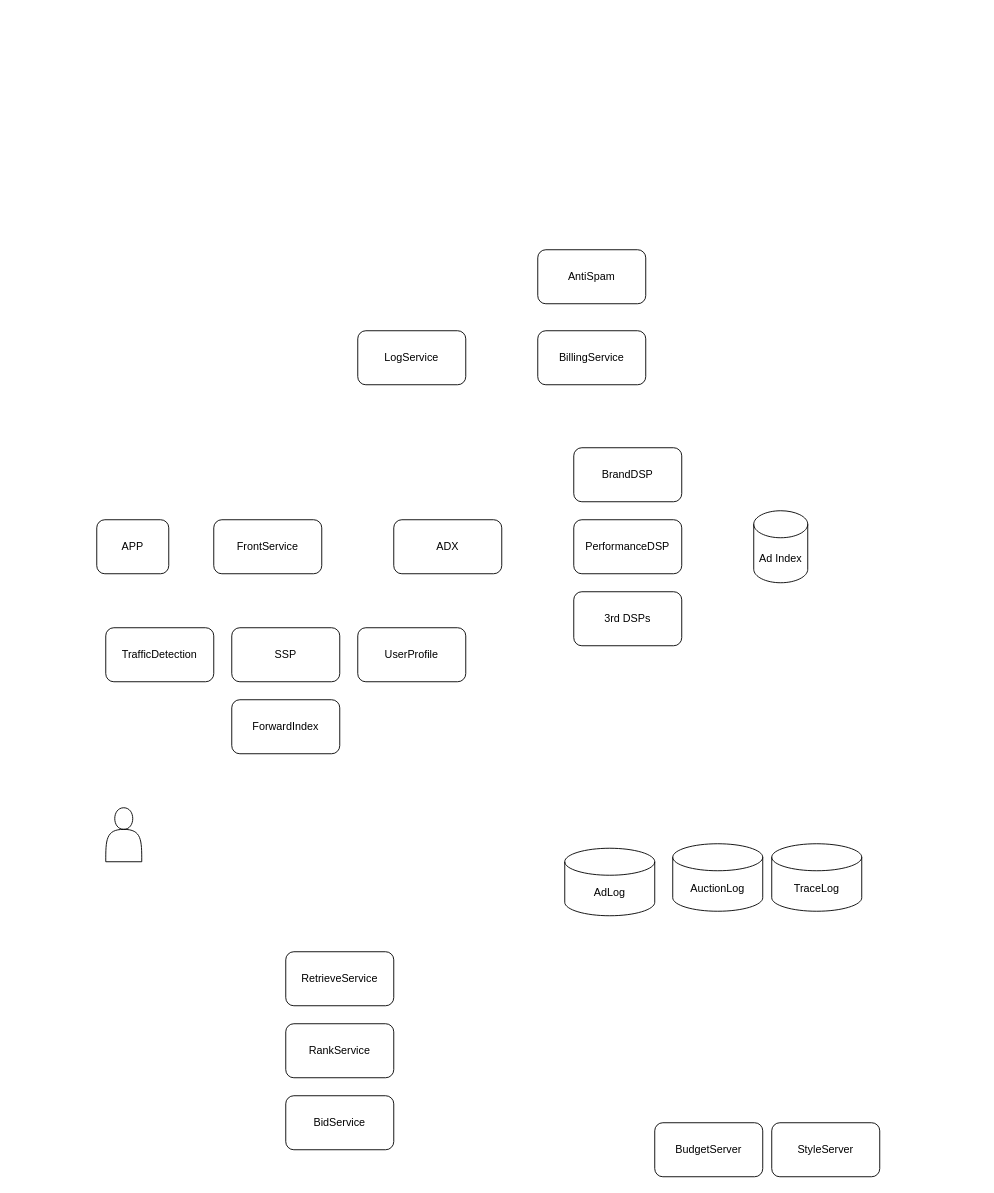
This is ad_system_lite.drawio from ZiqingYip/moment, a draw.io file, before an edit. Source tidied: cells renumbered, new cells numbered last; positions are measured from the earlier drawing's top-left corner, leaving out a move shared by most shapes. Both pictures are drawn from the tidied source at 90%, with x=0, y=0 at pixel (96, 249).
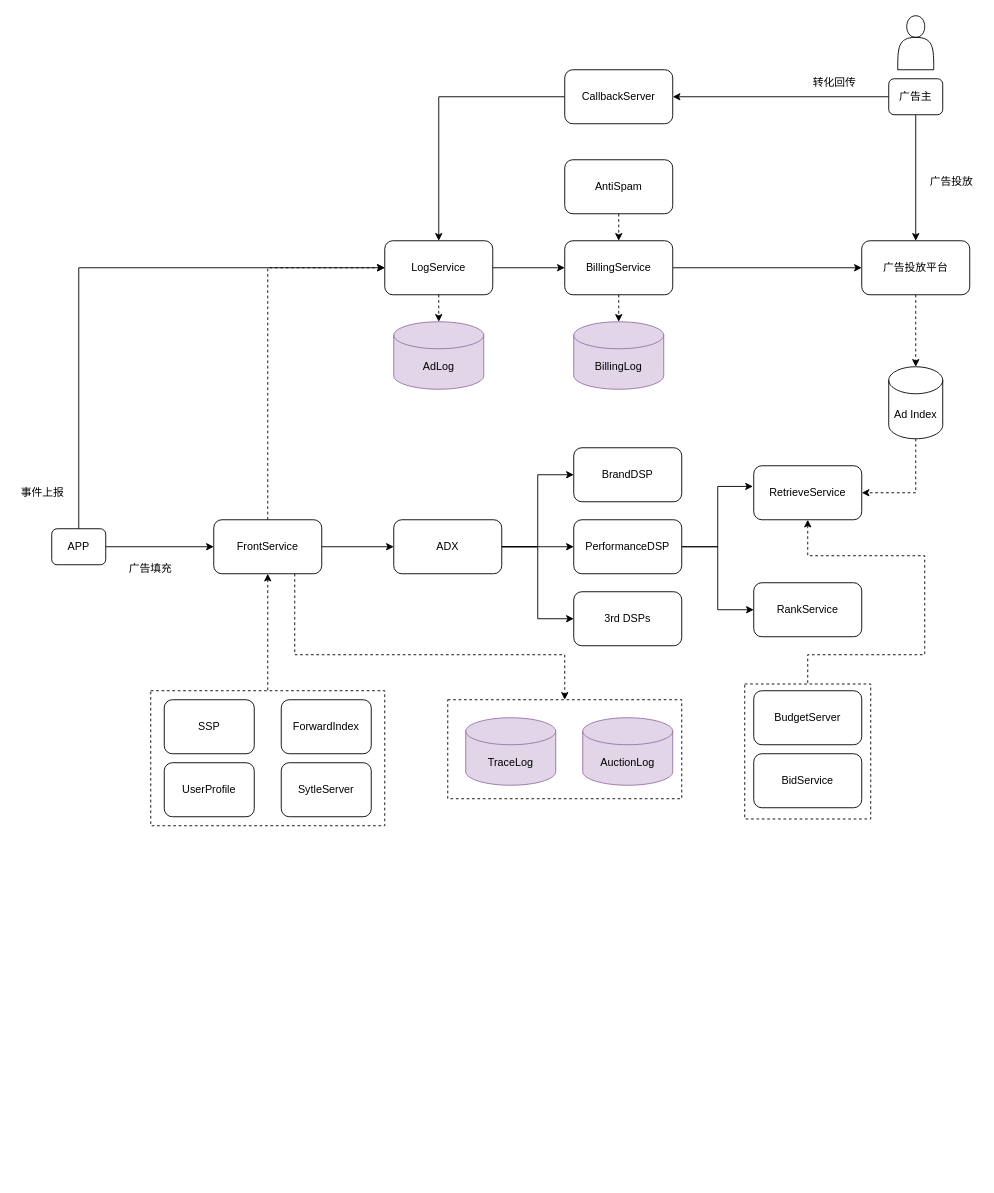
Above is the later version.

Unchanged cells that the change refers to:
```xml
<mxCell id="3" value="FrontService" style="rounded=1;whiteSpace=wrap;html=1;" parent="1" vertex="1">
  <mxGeometry x="130" y="300" width="120" height="60" as="geometry" />
</mxCell>
<mxCell id="4" value="ADX" style="rounded=1;whiteSpace=wrap;html=1;" parent="1" vertex="1">
  <mxGeometry x="330" y="300" width="120" height="60" as="geometry" />
</mxCell>
<mxCell id="7" value="BrandDSP" style="rounded=1;whiteSpace=wrap;html=1;" parent="1" vertex="1">
  <mxGeometry x="530" y="220" width="120" height="60" as="geometry" />
</mxCell>
<mxCell id="11" value="PerformanceDSP" style="rounded=1;whiteSpace=wrap;html=1;" parent="1" vertex="1">
  <mxGeometry x="530" y="300" width="120" height="60" as="geometry" />
</mxCell>
<mxCell id="12" value="3rd DSPs" style="rounded=1;whiteSpace=wrap;html=1;" parent="1" vertex="1">
  <mxGeometry x="530" y="380" width="120" height="60" as="geometry" />
</mxCell>
```

What changed in the source:
```diff
@@
-    <mxCell id="2" style="shape=actor;whiteSpace=wrap;html=1;" parent="1" vertex="1">
-      <mxGeometry x="10" y="620" width="40" height="60" as="geometry" />
-    </mxCell>
+    <mxCell id="25" style="rounded=0;whiteSpace=wrap;html=1;fillColor=none;dashed=1;" parent="1" vertex="1">
+      <mxGeometry x="390" y="500" width="260" height="110" as="geometry" />
+    </mxCell>
+    <mxCell id="26" style="edgeStyle=orthogonalEdgeStyle;rounded=0;jettySize=auto;html=1;exitX=1;exitY=0.5;exitDx=0;exitDy=0;" parent="1" edge="1" source="3" target="4">
+      <mxGeometry relative="1" as="geometry" />
+    </mxCell>
+    <mxCell id="27" style="edgeStyle=orthogonalEdgeStyle;rounded=0;jettySize=auto;html=1;exitX=0.5;exitY=1;exitDx=0;exitDy=0;endArrow=none;endFill=0;startArrow=classic;startFill=1;dashed=1;" parent="1" edge="1" source="3" target="52">
+      <mxGeometry relative="1" as="geometry" />
+    </mxCell>
+    <mxCell id="28" style="edgeStyle=orthogonalEdgeStyle;rounded=0;jettySize=auto;html=1;exitX=0.5;exitY=0;exitDx=0;exitDy=0;entryX=0;entryY=0.5;entryDx=0;entryDy=0;dashed=1;startArrow=none;startFill=0;endArrow=classic;endFill=1;" parent="1" edge="1" source="3" target="5">
+      <mxGeometry relative="1" as="geometry" />
+    </mxCell>
+    <mxCell id="29" style="edgeStyle=orthogonalEdgeStyle;rounded=0;jettySize=auto;html=1;exitX=0.75;exitY=1;exitDx=0;exitDy=0;entryX=0.5;entryY=0;entryDx=0;entryDy=0;dashed=1;startArrow=none;startFill=0;endArrow=classic;endFill=1;" parent="1" edge="1" source="3" target="25">
+      <mxGeometry relative="1" as="geometry">
+        <Array as="points">
+          <mxPoint x="220" y="450" />
+          <mxPoint x="520" y="450" />
+        </Array>
+      </mxGeometry>
+    </mxCell>
@@
+    <mxCell id="30" style="edgeStyle=orthogonalEdgeStyle;rounded=0;jettySize=auto;html=1;exitX=1;exitY=0.5;exitDx=0;exitDy=0;entryX=0;entryY=0.5;entryDx=0;entryDy=0;" parent="1" edge="1" source="4" target="7">
+      <mxGeometry relative="1" as="geometry" />
+    </mxCell>
+    <mxCell id="31" style="edgeStyle=orthogonalEdgeStyle;rounded=0;jettySize=auto;html=1;exitX=1;exitY=0.5;exitDx=0;exitDy=0;entryX=0;entryY=0.5;entryDx=0;entryDy=0;" parent="1" edge="1" source="4" target="11">
+      <mxGeometry relative="1" as="geometry" />
+    </mxCell>
+    <mxCell id="32" style="edgeStyle=orthogonalEdgeStyle;rounded=0;jettySize=auto;html=1;exitX=1;exitY=0.5;exitDx=0;exitDy=0;entryX=0;entryY=0.5;entryDx=0;entryDy=0;" parent="1" edge="1" source="4" target="12">
+      <mxGeometry relative="1" as="geometry" />
+    </mxCell>
@@
+    <mxCell id="33" style="edgeStyle=orthogonalEdgeStyle;rounded=0;jettySize=auto;html=1;exitX=1;exitY=0.5;exitDx=0;exitDy=0;entryX=0;entryY=0.5;entryDx=0;entryDy=0;" parent="1" edge="1" source="5" target="6">
+      <mxGeometry relative="1" as="geometry" />
+    </mxCell>
+    <mxCell id="34" style="edgeStyle=orthogonalEdgeStyle;rounded=0;jettySize=auto;html=1;exitX=0.5;exitY=1;exitDx=0;exitDy=0;entryX=0.5;entryY=0;entryDx=0;entryDy=0;entryPerimeter=0;dashed=1;startArrow=none;startFill=0;endArrow=classic;endFill=1;" parent="1" edge="1" source="5" target="18">
+      <mxGeometry relative="1" as="geometry" />
+    </mxCell>
     <mxCell id="5" value="LogService" style="rounded=1;whiteSpace=wrap;html=1;" parent="1" vertex="1">
-      <mxGeometry x="290" y="90" width="120" height="60" as="geometry" />
+      <mxGeometry x="320" y="-10" width="120" height="60" as="geometry" />
     </mxCell>
+    <mxCell id="35" style="edgeStyle=orthogonalEdgeStyle;rounded=0;jettySize=auto;html=1;exitX=1;exitY=0.5;exitDx=0;exitDy=0;entryX=0;entryY=0.5;entryDx=0;entryDy=0;" parent="1" edge="1" source="6" target="47">
+      <mxGeometry relative="1" as="geometry" />
+    </mxCell>
+    <mxCell id="36" style="edgeStyle=orthogonalEdgeStyle;rounded=0;jettySize=auto;html=1;exitX=0.5;exitY=1;exitDx=0;exitDy=0;entryX=0.5;entryY=0;entryDx=0;entryDy=0;entryPerimeter=0;dashed=1;startArrow=none;startFill=0;endArrow=classic;endFill=1;" parent="1" edge="1" source="6" target="45">
+      <mxGeometry relative="1" as="geometry" />
+    </mxCell>
     <mxCell id="6" value="BillingService" style="rounded=1;whiteSpace=wrap;html=1;" parent="1" vertex="1">
-      <mxGeometry x="490" y="90" width="120" height="60" as="geometry" />
+      <mxGeometry x="520" y="-10" width="120" height="60" as="geometry" />
     </mxCell>
@@
     <mxCell id="8" value="UserProfile" style="rounded=1;whiteSpace=wrap;html=1;" parent="1" vertex="1">
-      <mxGeometry x="290" y="420" width="120" height="60" as="geometry" />
+      <mxGeometry x="75" y="570" width="100" height="60" as="geometry" />
     </mxCell>
+    <mxCell id="37" style="edgeStyle=orthogonalEdgeStyle;rounded=0;jettySize=auto;html=1;exitX=0.5;exitY=1;exitDx=0;exitDy=0;exitPerimeter=0;entryX=1;entryY=0.5;entryDx=0;entryDy=0;dashed=1;" parent="1" edge="1" source="9" target="14">
+      <mxGeometry relative="1" as="geometry" />
+    </mxCell>
     <mxCell id="9" value="Ad Index" style="shape=cylinder3;whiteSpace=wrap;html=1;boundedLbl=1;backgroundOutline=1;size=15;" parent="1" vertex="1">
-      <mxGeometry x="730" y="290" width="60" height="80" as="geometry" />
+      <mxGeometry x="880" y="130" width="60" height="80" as="geometry" />
     </mxCell>
     <mxCell id="10" value="SSP" style="rounded=1;whiteSpace=wrap;html=1;" parent="1" vertex="1">
-      <mxGeometry x="150" y="420" width="120" height="60" as="geometry" />
+      <mxGeometry x="75" y="500" width="100" height="60" as="geometry" />
     </mxCell>
+    <mxCell id="38" style="edgeStyle=orthogonalEdgeStyle;rounded=0;jettySize=auto;html=1;exitX=1;exitY=0.5;exitDx=0;exitDy=0;entryX=-0.008;entryY=0.383;entryDx=0;entryDy=0;entryPerimeter=0;" parent="1" edge="1" source="11" target="14">
+      <mxGeometry relative="1" as="geometry" />
+    </mxCell>
+    <mxCell id="39" style="edgeStyle=orthogonalEdgeStyle;rounded=0;jettySize=auto;html=1;exitX=1;exitY=0.5;exitDx=0;exitDy=0;entryX=0;entryY=0.5;entryDx=0;entryDy=0;" parent="1" edge="1" source="11" target="15">
+      <mxGeometry relative="1" as="geometry" />
+    </mxCell>
@@
+    <mxCell id="40" style="edgeStyle=orthogonalEdgeStyle;rounded=0;jettySize=auto;html=1;exitX=0.5;exitY=1;exitDx=0;exitDy=0;entryX=0.5;entryY=0;entryDx=0;entryDy=0;dashed=1;" parent="1" edge="1" source="13" target="6">
+      <mxGeometry relative="1" as="geometry" />
+    </mxCell>
     <mxCell id="13" value="AntiSpam" style="rounded=1;whiteSpace=wrap;html=1;" parent="1" vertex="1">
-      <mxGeometry x="490" width="120" height="60" as="geometry" />
+      <mxGeometry x="520" y="-100" width="120" height="60" as="geometry" />
     </mxCell>
+    <mxCell id="41" style="edgeStyle=orthogonalEdgeStyle;rounded=0;jettySize=auto;html=1;exitX=0.5;exitY=1;exitDx=0;exitDy=0;entryX=0.5;entryY=0;entryDx=0;entryDy=0;startArrow=classic;startFill=1;endArrow=none;endFill=0;dashed=1;" parent="1" edge="1" source="14" target="53">
+      <mxGeometry relative="1" as="geometry">
+        <Array as="points">
+          <mxPoint x="790" y="340" />
+          <mxPoint x="920" y="340" />
+          <mxPoint x="920" y="450" />
+          <mxPoint x="790" y="450" />
+        </Array>
+      </mxGeometry>
+    </mxCell>
     <mxCell id="14" value="RetrieveService" style="rounded=1;whiteSpace=wrap;html=1;" parent="1" vertex="1">
-      <mxGeometry x="210" y="780" width="120" height="60" as="geometry" />
+      <mxGeometry x="730" y="240" width="120" height="60" as="geometry" />
     </mxCell>
     <mxCell id="15" value="RankService" style="rounded=1;whiteSpace=wrap;html=1;" parent="1" vertex="1">
-      <mxGeometry x="210" y="860" width="120" height="60" as="geometry" />
+      <mxGeometry x="730" y="370" width="120" height="60" as="geometry" />
     </mxCell>
     <mxCell id="16" value="BidService" style="rounded=1;whiteSpace=wrap;html=1;" parent="1" vertex="1">
-      <mxGeometry x="210" y="940" width="120" height="60" as="geometry" />
+      <mxGeometry x="730" y="560" width="120" height="60" as="geometry" />
     </mxCell>
-    <mxCell id="17" value="AuctionLog" style="shape=cylinder3;whiteSpace=wrap;html=1;boundedLbl=1;backgroundOutline=1;size=15;" parent="1" vertex="1">
-      <mxGeometry x="640" y="660" width="100" height="75" as="geometry" />
+    <mxCell id="17" value="AuctionLog" style="shape=cylinder3;whiteSpace=wrap;html=1;boundedLbl=1;backgroundOutline=1;size=15;fillColor=#e1d5e7;strokeColor=#9673a6;" parent="1" vertex="1">
+      <mxGeometry x="540" y="520" width="100" height="75" as="geometry" />
     </mxCell>
-    <mxCell id="18" value="AdLog" style="shape=cylinder3;whiteSpace=wrap;html=1;boundedLbl=1;backgroundOutline=1;size=15;" parent="1" vertex="1">
-      <mxGeometry x="520" y="665" width="100" height="75" as="geometry" />
+    <mxCell id="18" value="AdLog" style="shape=cylinder3;whiteSpace=wrap;html=1;boundedLbl=1;backgroundOutline=1;size=15;fillColor=#e1d5e7;strokeColor=#9673a6;" parent="1" vertex="1">
+      <mxGeometry x="330" y="80" width="100" height="75" as="geometry" />
     </mxCell>
-    <mxCell id="19" value="TraceLog" style="shape=cylinder3;whiteSpace=wrap;html=1;boundedLbl=1;backgroundOutline=1;size=15;" parent="1" vertex="1">
-      <mxGeometry x="750" y="660" width="100" height="75" as="geometry" />
+    <mxCell id="19" value="TraceLog" style="shape=cylinder3;whiteSpace=wrap;html=1;boundedLbl=1;backgroundOutline=1;size=15;fillColor=#e1d5e7;strokeColor=#9673a6;" parent="1" vertex="1">
+      <mxGeometry x="410" y="520" width="100" height="75" as="geometry" />
     </mxCell>
-    <mxCell id="20" value="TrafficDetection" style="rounded=1;whiteSpace=wrap;html=1;" parent="1" vertex="1">
-      <mxGeometry x="10" y="420" width="120" height="60" as="geometry" />
-    </mxCell>
+    <mxCell id="42" style="edgeStyle=orthogonalEdgeStyle;rounded=0;jettySize=auto;html=1;exitX=1;exitY=0.5;exitDx=0;exitDy=0;entryX=0;entryY=0.5;entryDx=0;entryDy=0;" parent="1" edge="1" source="21" target="3">
+      <mxGeometry relative="1" as="geometry" />
+    </mxCell>
+    <mxCell id="43" style="edgeStyle=orthogonalEdgeStyle;rounded=0;jettySize=auto;html=1;exitX=0.5;exitY=0;exitDx=0;exitDy=0;entryX=0;entryY=0.5;entryDx=0;entryDy=0;" parent="1" edge="1" source="21" target="5">
+      <mxGeometry relative="1" as="geometry" />
+    </mxCell>
     <mxCell id="21" value="APP" style="rounded=1;whiteSpace=wrap;html=1;" parent="1" vertex="1">
-      <mxGeometry y="300" width="80" height="60" as="geometry" />
+      <mxGeometry x="-50" y="310" width="60" height="40" as="geometry" />
     </mxCell>
     <mxCell id="22" value="ForwardIndex" style="rounded=1;whiteSpace=wrap;html=1;" parent="1" vertex="1">
-      <mxGeometry x="150" y="500" width="120" height="60" as="geometry" />
+      <mxGeometry x="205" y="500" width="100" height="60" as="geometry" />
     </mxCell>
     <mxCell id="23" value="BudgetServer" style="rounded=1;whiteSpace=wrap;html=1;" parent="1" vertex="1">
-      <mxGeometry x="620" y="970" width="120" height="60" as="geometry" />
+      <mxGeometry x="730" y="490" width="120" height="60" as="geometry" />
     </mxCell>
-    <mxCell id="24" value="StyleServer" style="rounded=1;whiteSpace=wrap;html=1;" parent="1" vertex="1">
-      <mxGeometry x="750" y="970" width="120" height="60" as="geometry" />
-    </mxCell>
+    <mxCell id="44" value="SytleServer" style="rounded=1;whiteSpace=wrap;html=1;" parent="1" vertex="1">
+      <mxGeometry x="205" y="570" width="100" height="60" as="geometry" />
+    </mxCell>
+    <mxCell id="45" value="BillingLog" style="shape=cylinder3;whiteSpace=wrap;html=1;boundedLbl=1;backgroundOutline=1;size=15;fillColor=#e1d5e7;strokeColor=#9673a6;" parent="1" vertex="1">
+      <mxGeometry x="530" y="80" width="100" height="75" as="geometry" />
+    </mxCell>
+    <mxCell id="46" style="edgeStyle=orthogonalEdgeStyle;rounded=0;jettySize=auto;html=1;exitX=0.5;exitY=1;exitDx=0;exitDy=0;entryX=0.5;entryY=0;entryDx=0;entryDy=0;entryPerimeter=0;dashed=1;" parent="1" edge="1" source="47" target="9">
+      <mxGeometry relative="1" as="geometry" />
+    </mxCell>
+    <mxCell id="47" value="广告投放平台" style="rounded=1;whiteSpace=wrap;html=1;" parent="1" vertex="1">
+      <mxGeometry x="850" y="-10" width="120" height="60" as="geometry" />
+    </mxCell>
+    <mxCell id="48" style="shape=actor;whiteSpace=wrap;html=1;" parent="1" vertex="1">
+      <mxGeometry x="890" y="-260" width="40" height="60" as="geometry" />
+    </mxCell>
+    <mxCell id="49" style="edgeStyle=orthogonalEdgeStyle;rounded=0;jettySize=auto;html=1;exitX=0.5;exitY=1;exitDx=0;exitDy=0;entryX=0.5;entryY=0;entryDx=0;entryDy=0;" parent="1" edge="1" source="51" target="47">
+      <mxGeometry relative="1" as="geometry" />
+    </mxCell>
+    <mxCell id="50" style="edgeStyle=orthogonalEdgeStyle;rounded=0;jettySize=auto;html=1;exitX=0;exitY=0.5;exitDx=0;exitDy=0;startArrow=none;startFill=0;endArrow=classic;endFill=1;entryX=1;entryY=0.5;entryDx=0;entryDy=0;" parent="1" edge="1" source="51" target="57">
+      <mxGeometry relative="1" as="geometry" />
+    </mxCell>
+    <mxCell id="51" value="广告主" style="rounded=1;whiteSpace=wrap;html=1;" parent="1" vertex="1">
+      <mxGeometry x="880" y="-190" width="60" height="40" as="geometry" />
+    </mxCell>
+    <mxCell id="52" style="rounded=0;whiteSpace=wrap;html=1;fillColor=none;dashed=1;" parent="1" vertex="1">
+      <mxGeometry x="60" y="490" width="260" height="150" as="geometry" />
+    </mxCell>
+    <mxCell id="53" style="rounded=0;whiteSpace=wrap;html=1;fillColor=none;dashed=1;" parent="1" vertex="1">
+      <mxGeometry x="720" y="482.5" width="140" height="150" as="geometry" />
+    </mxCell>
+    <mxCell id="54" value="广告填充" style="text;html=1;strokeColor=none;fillColor=none;align=center;verticalAlign=middle;whiteSpace=wrap;rounded=0;dashed=1;" parent="1" vertex="1">
+      <mxGeometry x="30" y="340" width="60" height="30" as="geometry" />
+    </mxCell>
+    <mxCell id="55" value="事件上报" style="text;html=1;strokeColor=none;fillColor=none;align=center;verticalAlign=middle;whiteSpace=wrap;rounded=0;dashed=1;" parent="1" vertex="1">
+      <mxGeometry x="-90" y="255" width="60" height="30" as="geometry" />
+    </mxCell>
+    <mxCell id="56" style="edgeStyle=orthogonalEdgeStyle;rounded=0;jettySize=auto;html=1;exitX=0;exitY=0.5;exitDx=0;exitDy=0;entryX=0.5;entryY=0;entryDx=0;entryDy=0;startArrow=none;startFill=0;endArrow=classic;endFill=1;" parent="1" edge="1" source="57" target="5">
+      <mxGeometry relative="1" as="geometry" />
+    </mxCell>
+    <mxCell id="57" value="CallbackServer" style="rounded=1;whiteSpace=wrap;html=1;" parent="1" vertex="1">
+      <mxGeometry x="520" y="-200" width="120" height="60" as="geometry" />
+    </mxCell>
+    <mxCell id="58" value="转化回传" style="text;html=1;strokeColor=none;fillColor=none;align=center;verticalAlign=middle;whiteSpace=wrap;rounded=0;dashed=1;" parent="1" vertex="1">
+      <mxGeometry x="790" y="-200" width="60" height="30" as="geometry" />
+    </mxCell>
+    <mxCell id="59" value="广告投放" style="text;html=1;strokeColor=none;fillColor=none;align=center;verticalAlign=middle;whiteSpace=wrap;rounded=0;dashed=1;" parent="1" vertex="1">
+      <mxGeometry x="920" y="-90" width="60" height="30" as="geometry" />
+    </mxCell>
```
